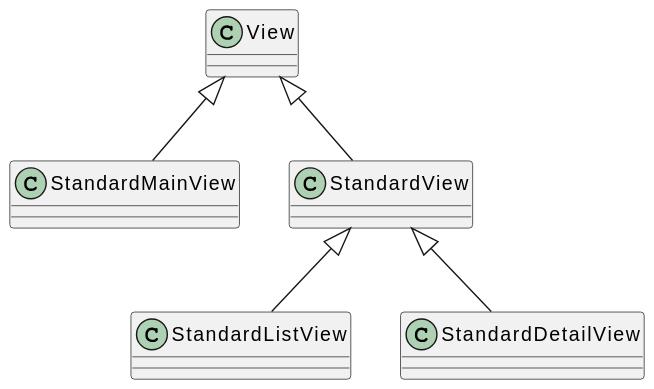
Above: content/modules/flow-ui/images/views/views-diagram.svg in jmix-framework/jmix-docs (PlantUML), before the change. The source it was exported from:
```plantuml
@startuml
class View {
}

class StandardMainView {
}

class StandardView {
}

class StandardListView {
}

class StandardDetailView {
}

View ^-- StandardMainView
View ^-- StandardView
StandardView ^-- StandardListView
StandardView ^-- StandardDetailView
@enduml
```
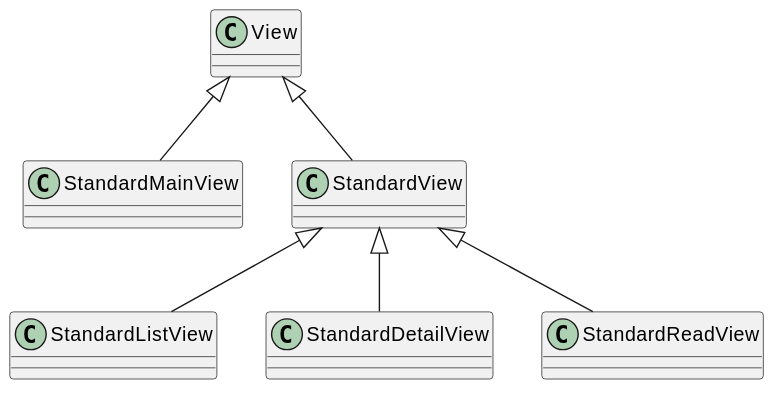
Later version of the same file.

Diff of the diagram source:
```diff
@@ -14,8 +14,12 @@
 class StandardDetailView {
 }
 
+class StandardReadView {
+}
+
 View ^-- StandardMainView
 View ^-- StandardView
 StandardView ^-- StandardListView
 StandardView ^-- StandardDetailView
+StandardView ^-- StandardReadView
 @enduml
```
